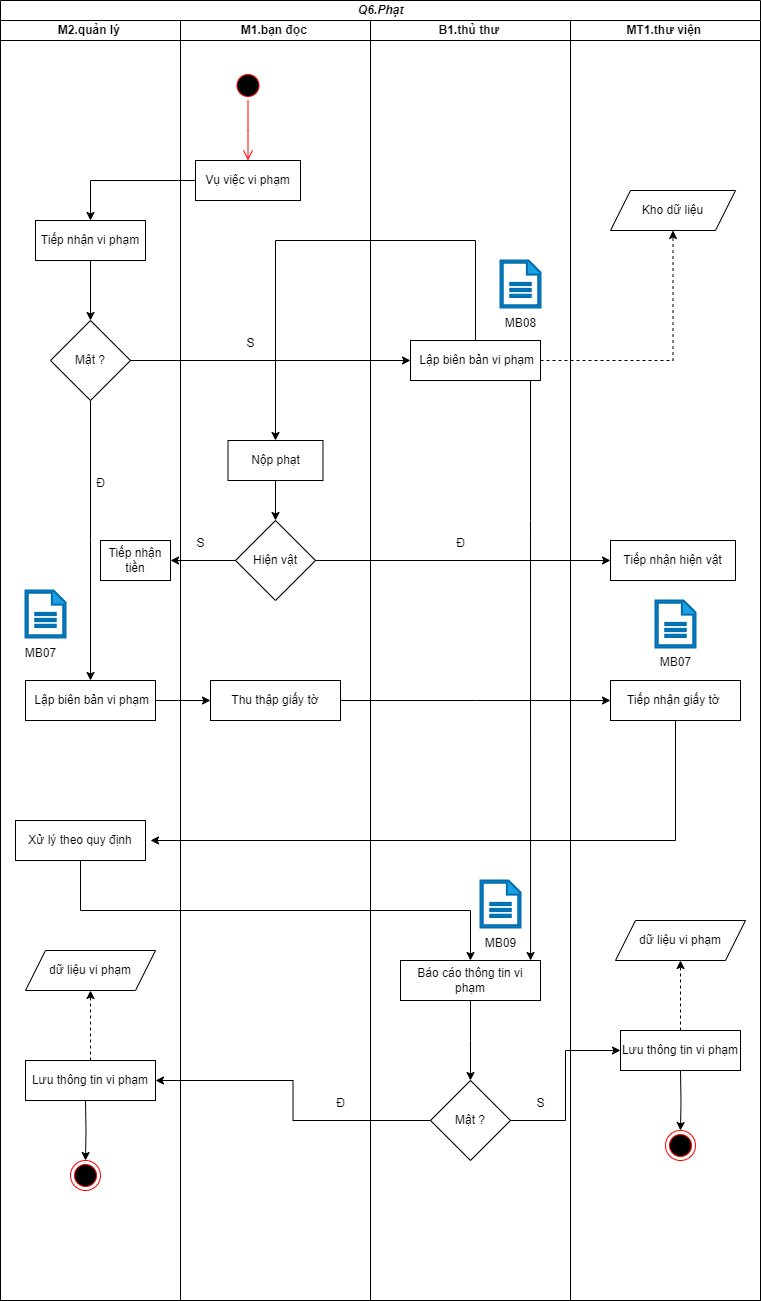
This is bài tap lớn/Biểu đồ hoạt động-Phạt.drawio.png from vqh17062001/PTTKHT, a draw.io export, as it was before one commit. Source tidied: cells renumbered, new cells last; positions are measured from the earlier drawing's top-left corner, leaving out a move shared by most shapes.
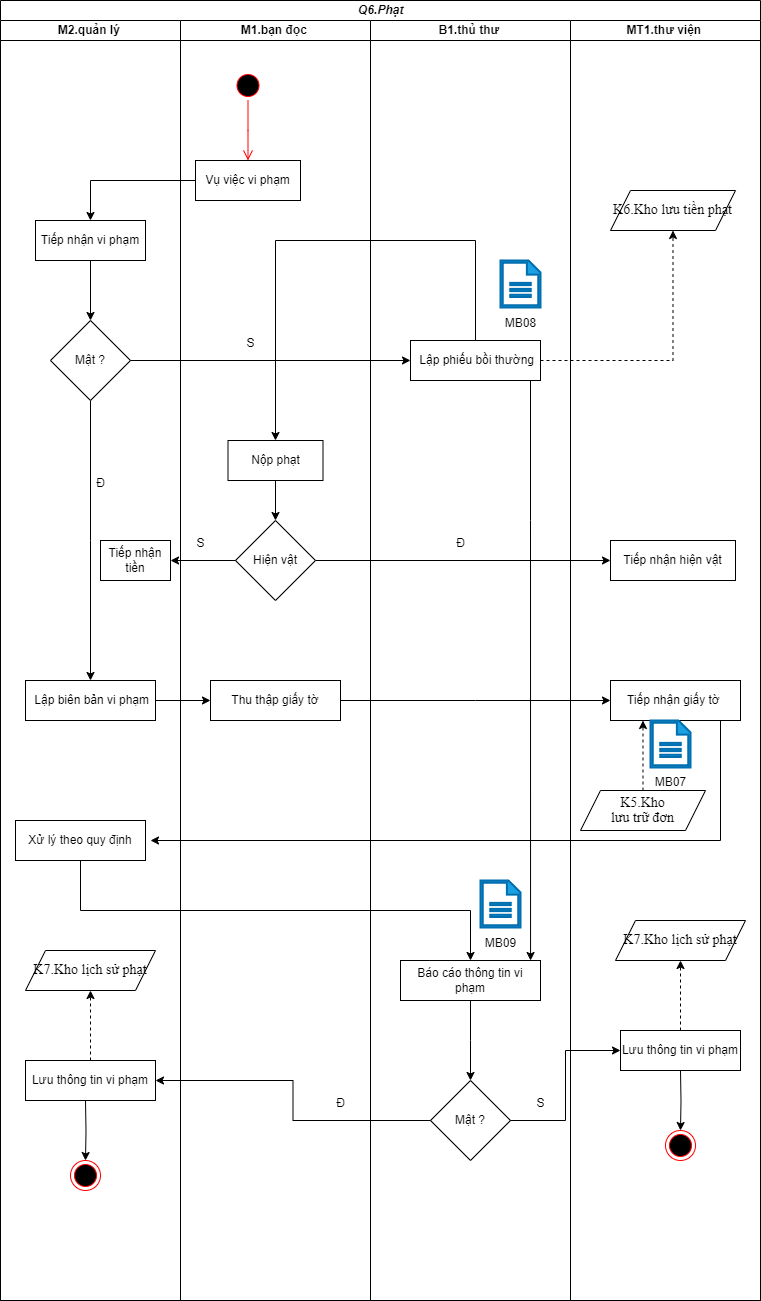
The same diagram one commit later.

The edit, as a diff of the source:
```diff
@@ -31,10 +31,7 @@
     <mxCell id="10" value="Xử lý theo quy định" style="rounded=0;whiteSpace=wrap;html=1;" parent="3" vertex="1">
       <mxGeometry x="15" y="800" width="130" height="40" as="geometry" />
     </mxCell>
-    <mxCell id="11" style="sketch=0;shadow=0;html=1;strokeColor=#006EAF;fillColor=#1ba1e2;labelPosition=center;verticalLabelPosition=bottom;verticalAlign=top;align=center;shape=mxgraph.office.concepts.document;fontColor=#ffffff;strokeWidth=2;" parent="3" vertex="1">
-      <mxGeometry x="25" y="570" width="40" height="47" as="geometry" />
-    </mxCell>
-    <mxCell id="12" value="dữ liệu vi phạm" style="shape=parallelogram;perimeter=parallelogramPerimeter;whiteSpace=wrap;html=1;fixedSize=1;" parent="3" vertex="1">
+    <mxCell id="12" value="&lt;span style=&quot;font-size: 14px; line-height: 107%; font-family: &amp;quot;Times New Roman&amp;quot;, serif;&quot; lang=&quot;VI&quot;&gt;K7.Kho lịch sử phạt&lt;/span&gt;" style="shape=parallelogram;perimeter=parallelogramPerimeter;whiteSpace=wrap;html=1;fixedSize=1;" parent="3" vertex="1">
       <mxGeometry x="25" y="930" width="130" height="40" as="geometry" />
     </mxCell>
     <mxCell id="13" style="edgeStyle=orthogonalEdgeStyle;rounded=0;jettySize=auto;html=1;entryX=0.5;entryY=1;entryDx=0;entryDy=0;dashed=1;" parent="3" edge="1" source="14" target="12">
@@ -85,7 +82,7 @@
     <mxCell id="26" value="&lt;b&gt;B1.thủ thư&amp;nbsp;&lt;/b&gt;" style="swimlane;startSize=20;html=1;" parent="2" vertex="1">
       <mxGeometry x="370" y="20" width="200" height="1280" as="geometry" />
     </mxCell>
-    <mxCell id="27" value="&amp;nbsp;Lập biên bản vi phạm" style="rounded=0;whiteSpace=wrap;html=1;" parent="26" vertex="1">
+    <mxCell id="27" value="&amp;nbsp;Lập phiếu bồi thường" style="rounded=0;whiteSpace=wrap;html=1;" parent="26" vertex="1">
       <mxGeometry x="40" y="320" width="130" height="40" as="geometry" />
     </mxCell>
     <mxCell id="28" style="edgeStyle=orthogonalEdgeStyle;rounded=0;jettySize=auto;html=1;" parent="26" edge="1" source="29">
@@ -123,7 +120,7 @@
       <mxGeometry relative="1" as="geometry">
         <mxPoint x="-420" y="820" as="targetPoint" />
         <Array as="points">
-          <mxPoint x="105" y="820" />
+          <mxPoint x="150" y="820" />
         </Array>
       </mxGeometry>
     </mxCell>
@@ -131,15 +128,15 @@
       <mxGeometry x="40" y="660" width="130" height="40" as="geometry" />
     </mxCell>
     <mxCell id="38" style="sketch=0;shadow=0;html=1;strokeColor=#006EAF;fillColor=#1ba1e2;labelPosition=center;verticalLabelPosition=bottom;verticalAlign=top;align=center;shape=mxgraph.office.concepts.document;fontColor=#ffffff;strokeWidth=2;" parent="34" vertex="1">
-      <mxGeometry x="85" y="580" width="40" height="47" as="geometry" />
+      <mxGeometry x="80" y="700" width="40" height="47" as="geometry" />
     </mxCell>
     <mxCell id="39" value="MB07" style="text;html=1;align=center;verticalAlign=middle;strokeColor=none;fillColor=none;" parent="34" vertex="1">
-      <mxGeometry x="80" y="627" width="50" height="30" as="geometry" />
+      <mxGeometry x="75" y="747" width="50" height="30" as="geometry" />
     </mxCell>
-    <mxCell id="40" value="Kho dữ liệu" style="shape=parallelogram;perimeter=parallelogramPerimeter;whiteSpace=wrap;html=1;fixedSize=1;" parent="34" vertex="1">
+    <mxCell id="40" value="&lt;span style=&quot;font-size: 14px; line-height: 107%; font-family: &amp;quot;Times New Roman&amp;quot;, serif;&quot; lang=&quot;VI&quot;&gt;K6.Kho lưu tiền phạt&lt;/span&gt;" style="shape=parallelogram;perimeter=parallelogramPerimeter;whiteSpace=wrap;html=1;fixedSize=1;" parent="34" vertex="1">
       <mxGeometry x="40" y="170" width="125" height="40" as="geometry" />
     </mxCell>
-    <mxCell id="41" value="dữ liệu vi phạm" style="shape=parallelogram;perimeter=parallelogramPerimeter;whiteSpace=wrap;html=1;fixedSize=1;" parent="34" vertex="1">
+    <mxCell id="41" value="&lt;span style=&quot;font-size: 14px; line-height: 107%; font-family: &amp;quot;Times New Roman&amp;quot;, serif;&quot; lang=&quot;VI&quot;&gt;K7.Kho lịch sử phạt&lt;/span&gt;" style="shape=parallelogram;perimeter=parallelogramPerimeter;whiteSpace=wrap;html=1;fixedSize=1;" parent="34" vertex="1">
       <mxGeometry x="45" y="900" width="130" height="40" as="geometry" />
     </mxCell>
     <mxCell id="42" style="edgeStyle=orthogonalEdgeStyle;rounded=0;jettySize=auto;html=1;entryX=0.5;entryY=1;entryDx=0;entryDy=0;dashed=1;" parent="34" edge="1" source="43" target="41">
@@ -156,6 +153,12 @@
     <mxCell id="45" style="ellipse;html=1;shape=endState;fillColor=#000000;strokeColor=#ff0000;" parent="34" vertex="1">
       <mxGeometry x="95" y="1110" width="30" height="30" as="geometry" />
     </mxCell>
+    <mxCell id="65" style="edgeStyle=orthogonalEdgeStyle;rounded=0;jettySize=auto;html=1;entryX=0.25;entryY=1;entryDx=0;entryDy=0;dashed=1;" parent="34" edge="1" source="66" target="37">
+      <mxGeometry relative="1" as="geometry" />
+    </mxCell>
+    <mxCell id="66" value="&lt;span style=&quot;line-height: 107%; font-family: &amp;quot;Times New Roman&amp;quot;, serif;&quot; lang=&quot;VI&quot;&gt;&lt;font style=&quot;font-size: 14px;&quot;&gt;K5.Kho&lt;br/&gt;lưu trữ đơn&lt;/font&gt;&lt;/span&gt;" style="shape=parallelogram;perimeter=parallelogramPerimeter;whiteSpace=wrap;html=1;fixedSize=1;" parent="34" vertex="1">
+      <mxGeometry x="10" y="770" width="125" height="40" as="geometry" />
+    </mxCell>
     <mxCell id="46" style="edgeStyle=orthogonalEdgeStyle;rounded=0;jettySize=auto;html=1;entryX=0.5;entryY=0;entryDx=0;entryDy=0;" parent="2" edge="1" source="20" target="5">
       <mxGeometry relative="1" as="geometry" />
     </mxCell>
@@ -209,9 +212,6 @@
     <mxCell id="61" value="MB09" style="text;html=1;align=center;verticalAlign=middle;strokeColor=none;fillColor=none;" parent="1" vertex="1">
       <mxGeometry x="475" y="928" width="50" height="30" as="geometry" />
     </mxCell>
-    <mxCell id="62" value="MB07" style="text;html=1;align=center;verticalAlign=middle;strokeColor=none;fillColor=none;" parent="1" vertex="1">
-      <mxGeometry x="15" y="638" width="50" height="30" as="geometry" />
-    </mxCell>
     <mxCell id="63" value="S" style="text;html=1;align=center;verticalAlign=middle;strokeColor=none;fillColor=none;" parent="1" vertex="1">
       <mxGeometry x="525" y="1088" width="30" height="30" as="geometry" />
     </mxCell>
```
